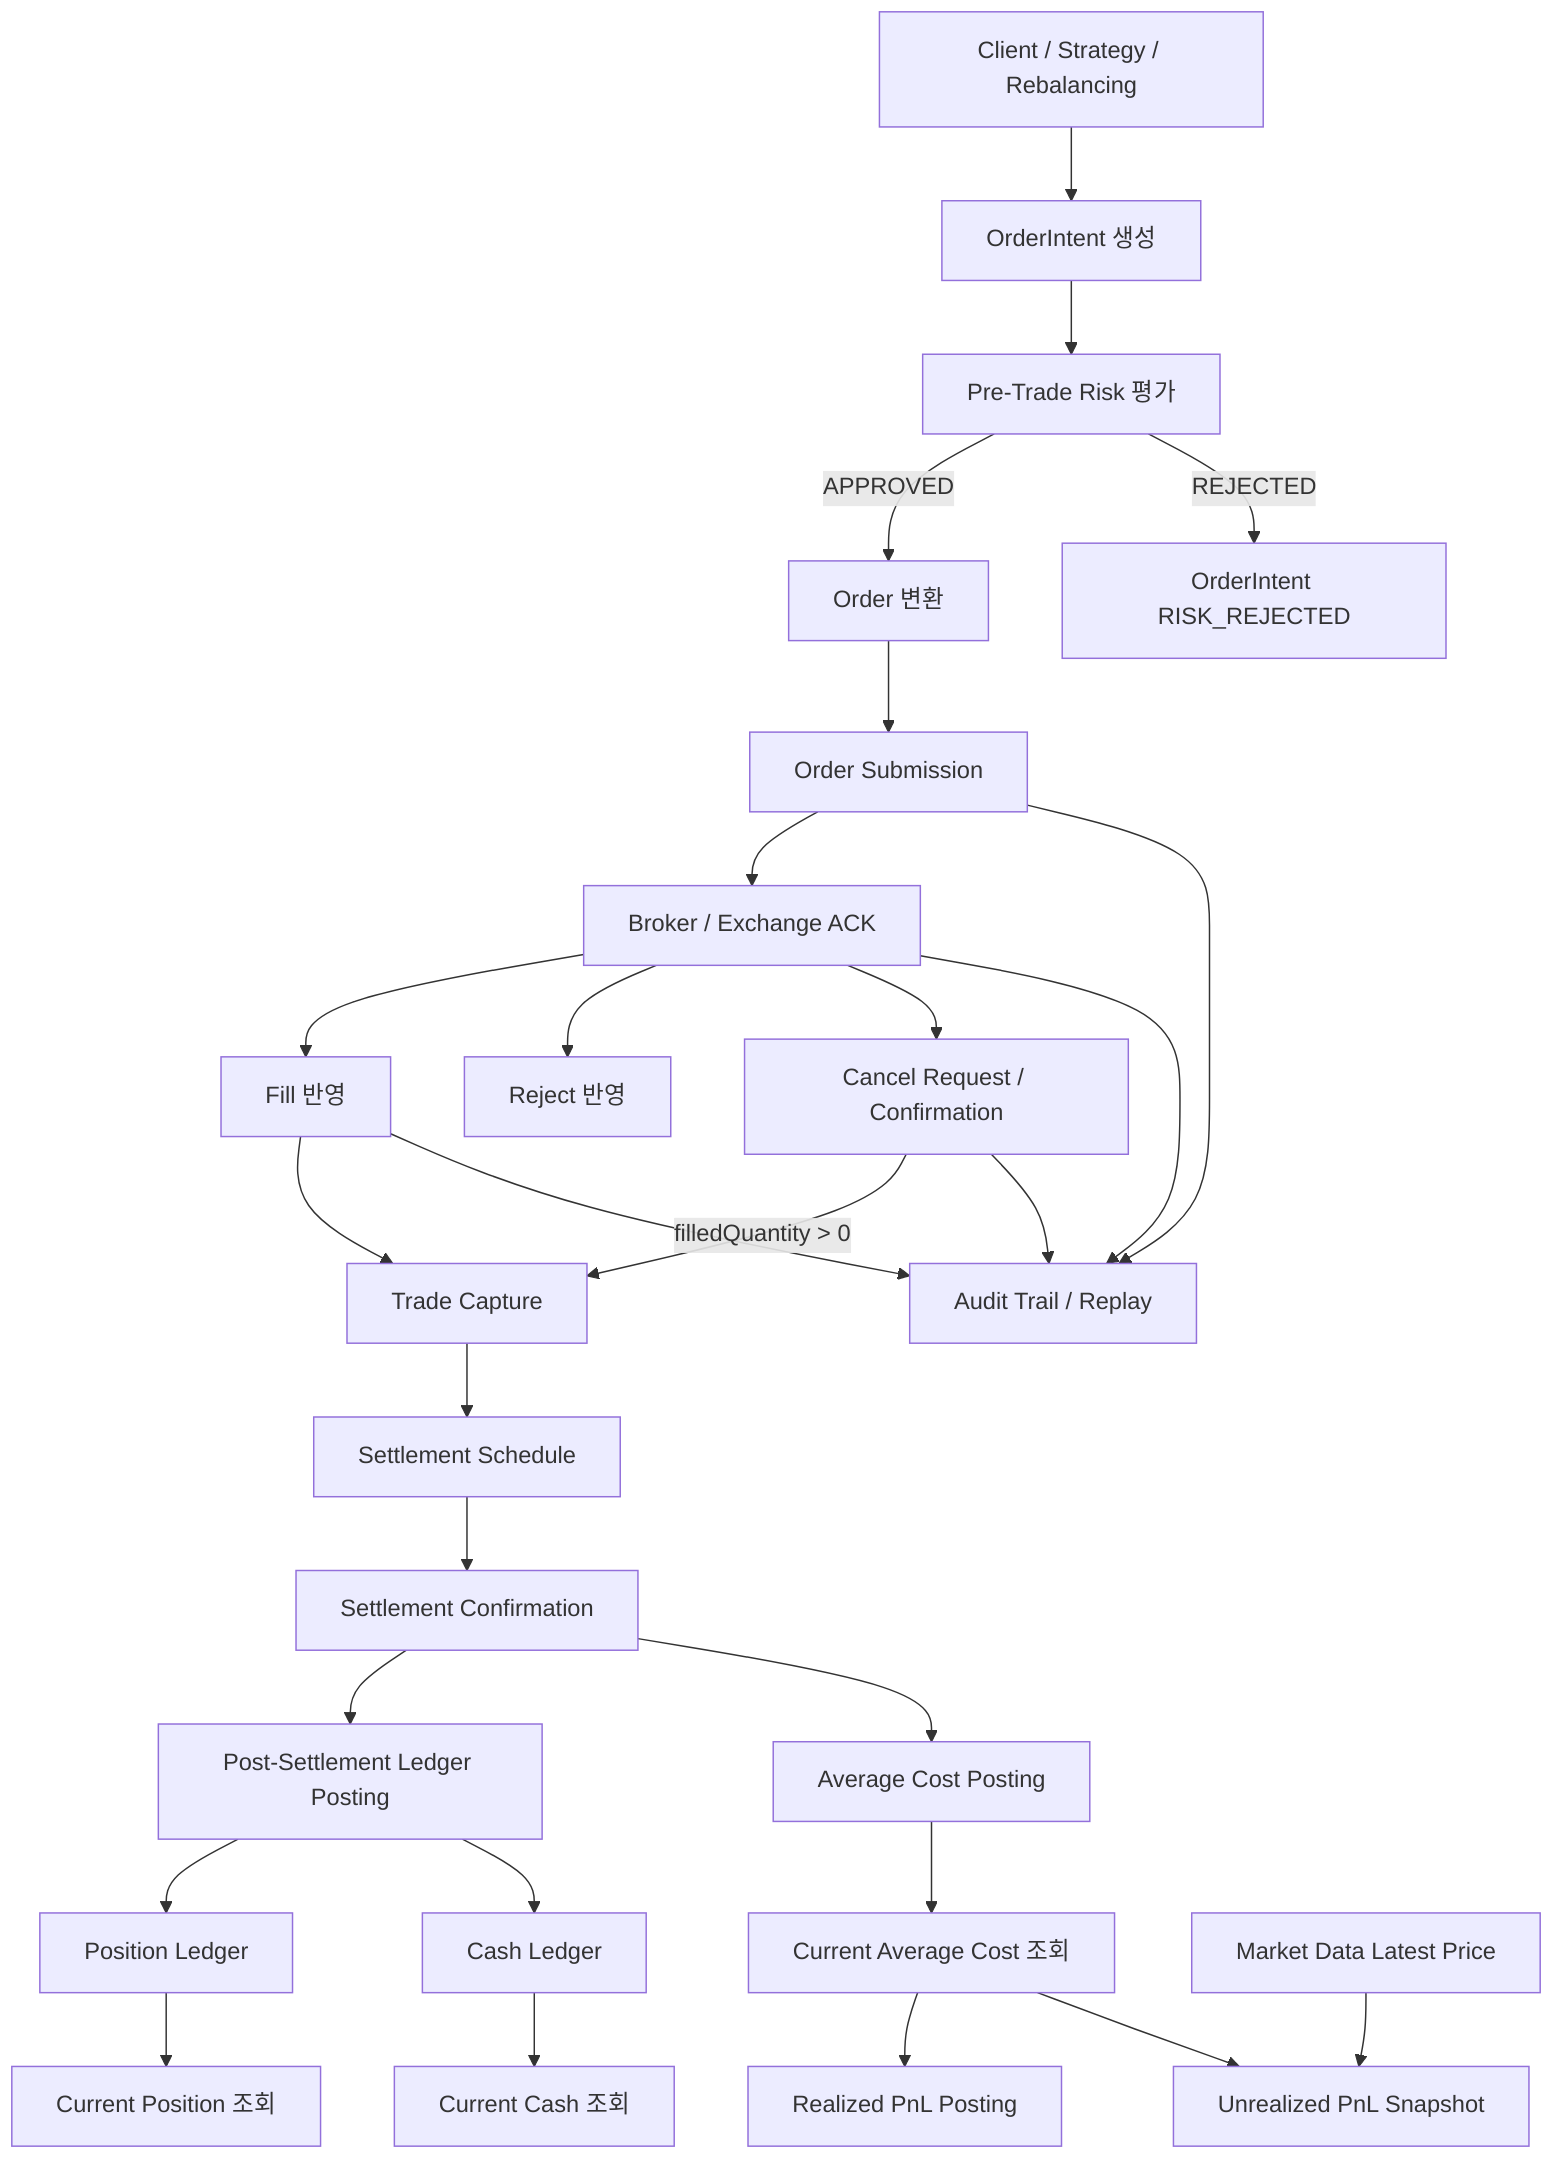
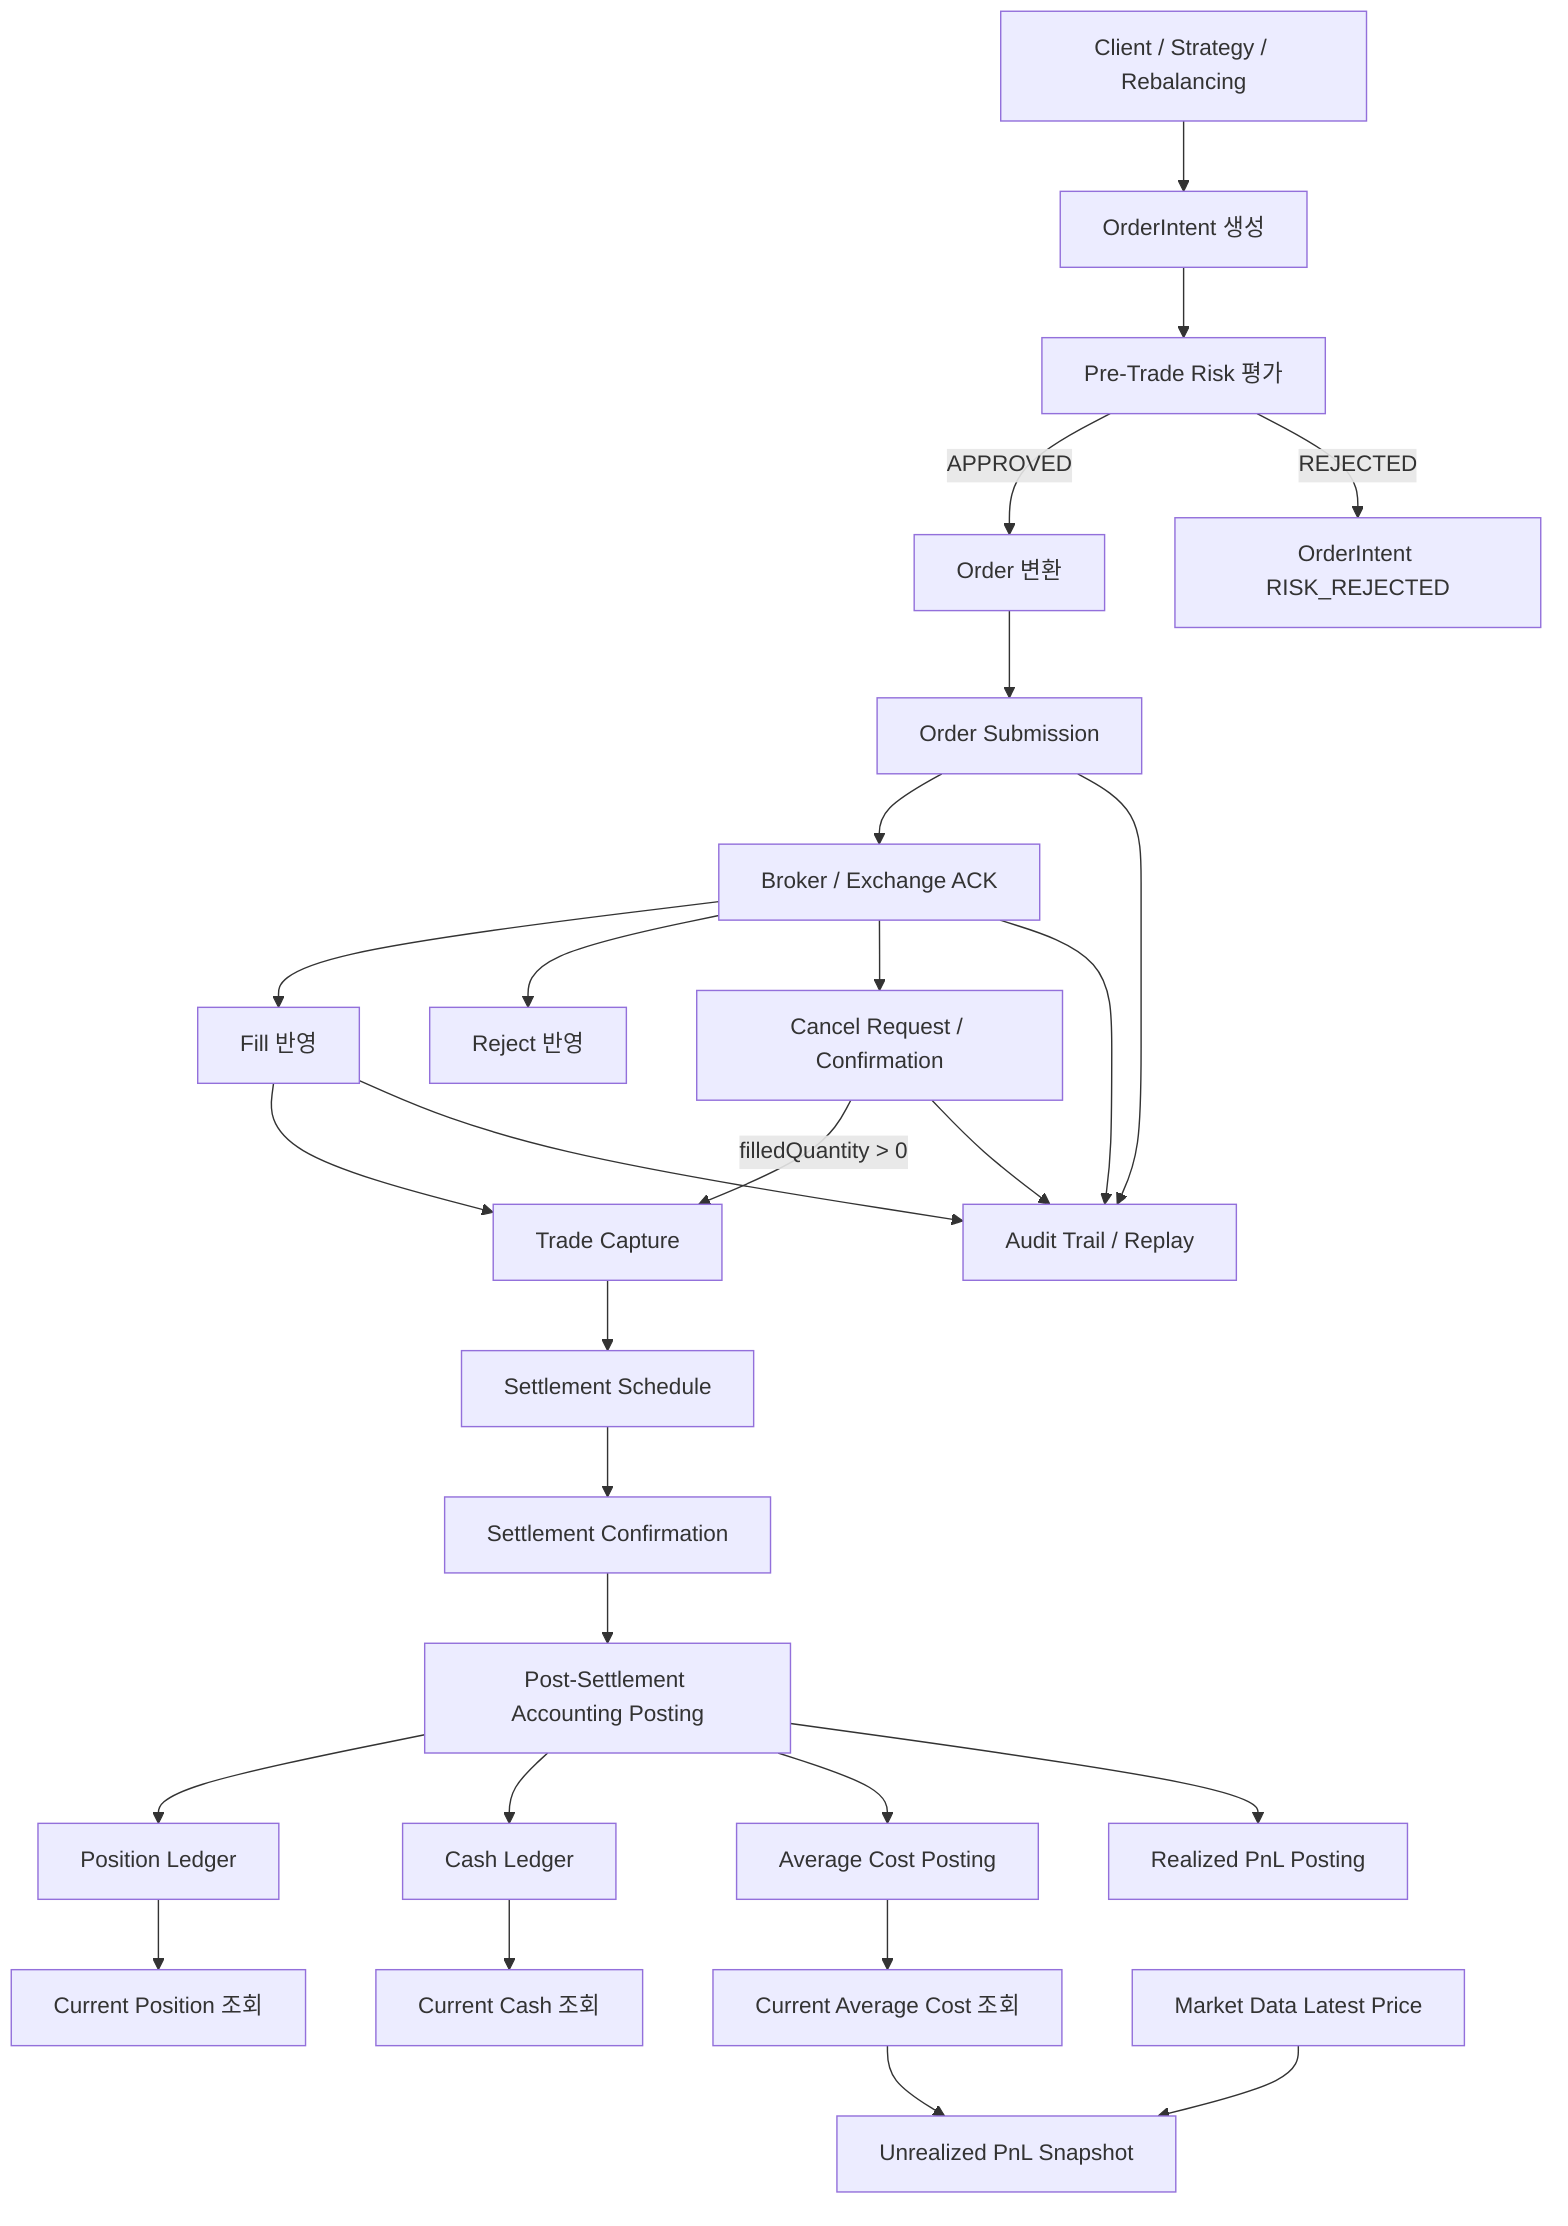
flowchart TD
    A[Client / Strategy / Rebalancing] --> B[OrderIntent 생성]
    B --> C[Pre-Trade Risk 평가]
    C -->|APPROVED| D[Order 변환]
    C -->|REJECTED| C1[OrderIntent RISK_REJECTED]

    D --> E[Order Submission]
    E --> F[Broker / Exchange ACK]
    F --> G[Fill 반영]
    F --> H[Reject 반영]
    F --> I[Cancel Request / Confirmation]

    G --> J[Trade Capture]
    I -->|filledQuantity > 0| J

    J --> K[Settlement Schedule]
    K --> L[Settlement Confirmation]
-     L --> M[Post-Settlement Ledger Posting]
+     L --> M[Post-Settlement Accounting Posting]

    M --> N[Position Ledger]
    M --> O[Cash Ledger]
-     L --> P[Average Cost Posting]
+     M --> P[Average Cost Posting]
+     M --> T[Realized PnL Posting]

    N --> Q[Current Position 조회]
    O --> R[Current Cash 조회]
    P --> S[Current Average Cost 조회]

-     S --> T[Realized PnL Posting]
    S --> U[Unrealized PnL Snapshot]
    V[Market Data Latest Price] --> U

    G --> W[Audit Trail / Replay]
    E --> W
    F --> W
    I --> W
